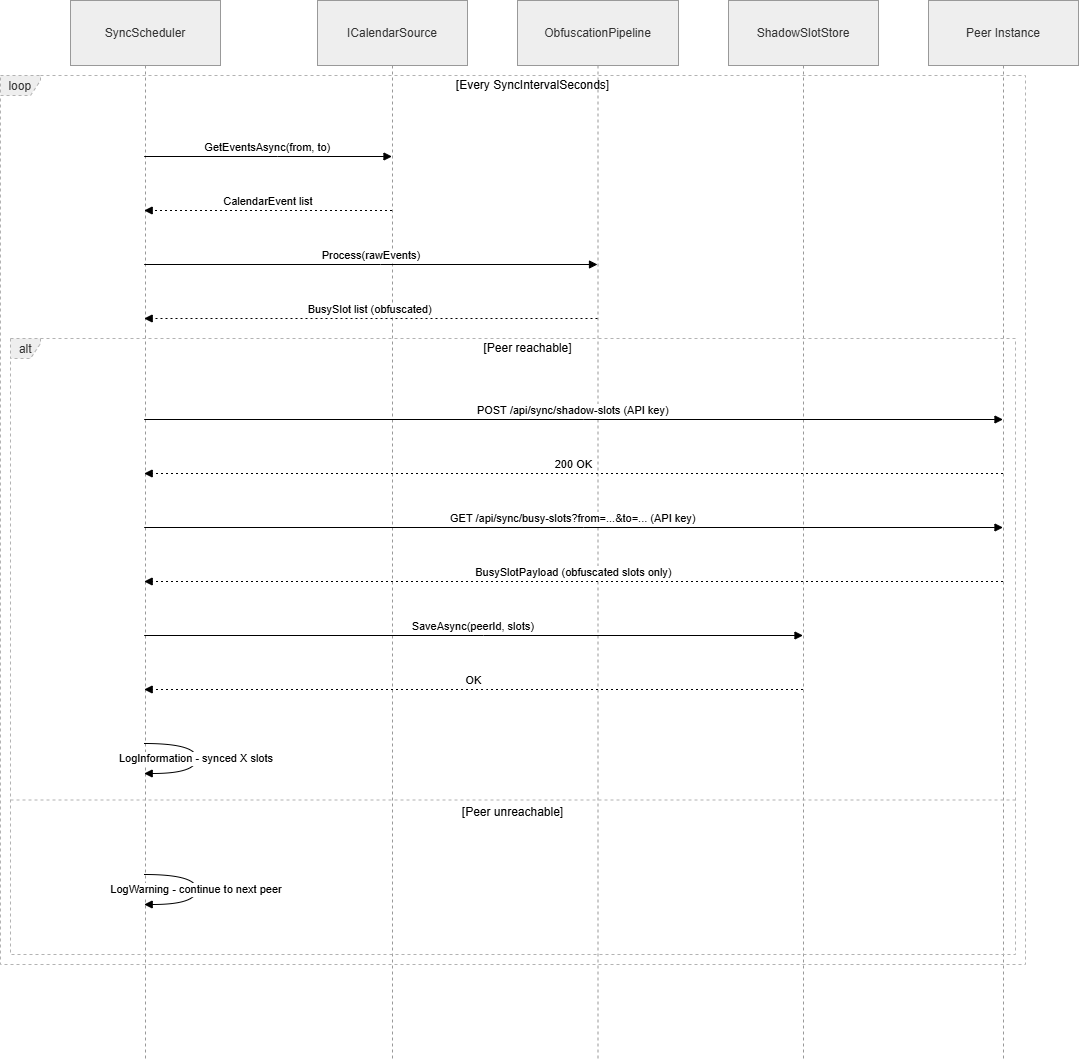
The draw.io diagram docs/img/sequence-sync.png in InfSupStageMG/ObfusCal, before a commit. Source tidied: cells renumbered, new cells last; positions are measured from the earlier drawing's top-left corner, leaving out a move shared by most shapes.
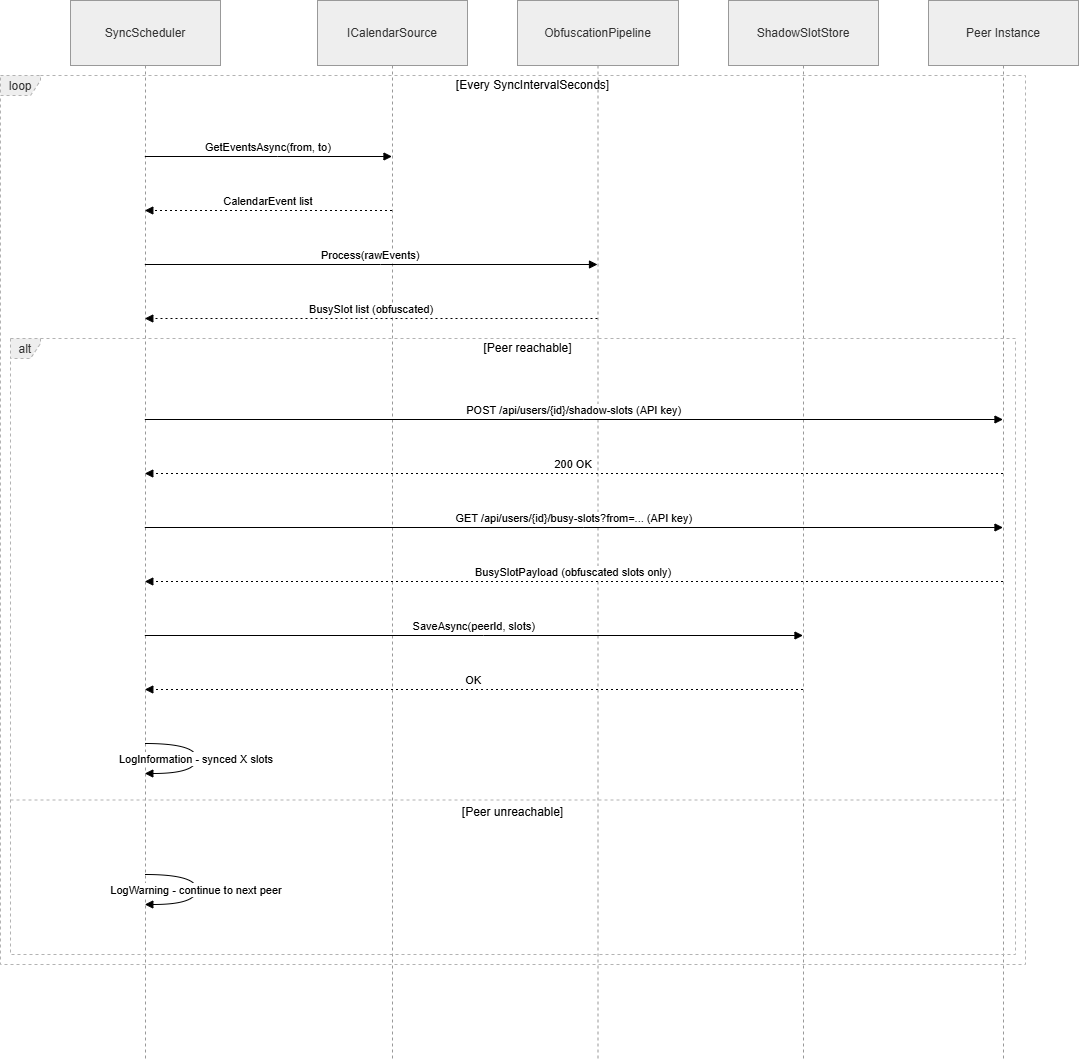
Later version of the same file.

What changed in the source:
```diff
@@ -108,7 +108,7 @@
         </Array>
       </mxGeometry>
     </mxCell>
-    <mxCell id="22" value="POST /api/sync/shadow-slots (API key)" style="verticalAlign=bottom;edgeStyle=elbowEdgeStyle;elbow=vertical;curved=0;rounded=0;endArrow=block;" parent="1" edge="1" source="8" target="12">
+    <mxCell id="22" value="POST /api/users/{id}/shadow-slots (API key)" style="verticalAlign=bottom;edgeStyle=elbowEdgeStyle;elbow=vertical;curved=0;rounded=0;endArrow=block;" parent="1" edge="1" source="8" target="12">
       <mxGeometry relative="1" as="geometry">
         <Array as="points">
           <mxPoint x="583" y="419" />
@@ -122,7 +122,7 @@
         </Array>
       </mxGeometry>
     </mxCell>
-    <mxCell id="24" value="GET /api/sync/busy-slots?from=...&amp;to=... (API key)" style="verticalAlign=bottom;edgeStyle=elbowEdgeStyle;elbow=vertical;curved=0;rounded=0;endArrow=block;" parent="1" edge="1" source="8" target="12">
+    <mxCell id="24" value="GET /api/users/{id}/busy-slots?from=... (API key)" style="verticalAlign=bottom;edgeStyle=elbowEdgeStyle;elbow=vertical;curved=0;rounded=0;endArrow=block;" parent="1" edge="1" source="8" target="12">
       <mxGeometry relative="1" as="geometry">
         <Array as="points">
           <mxPoint x="583" y="527" />
```
